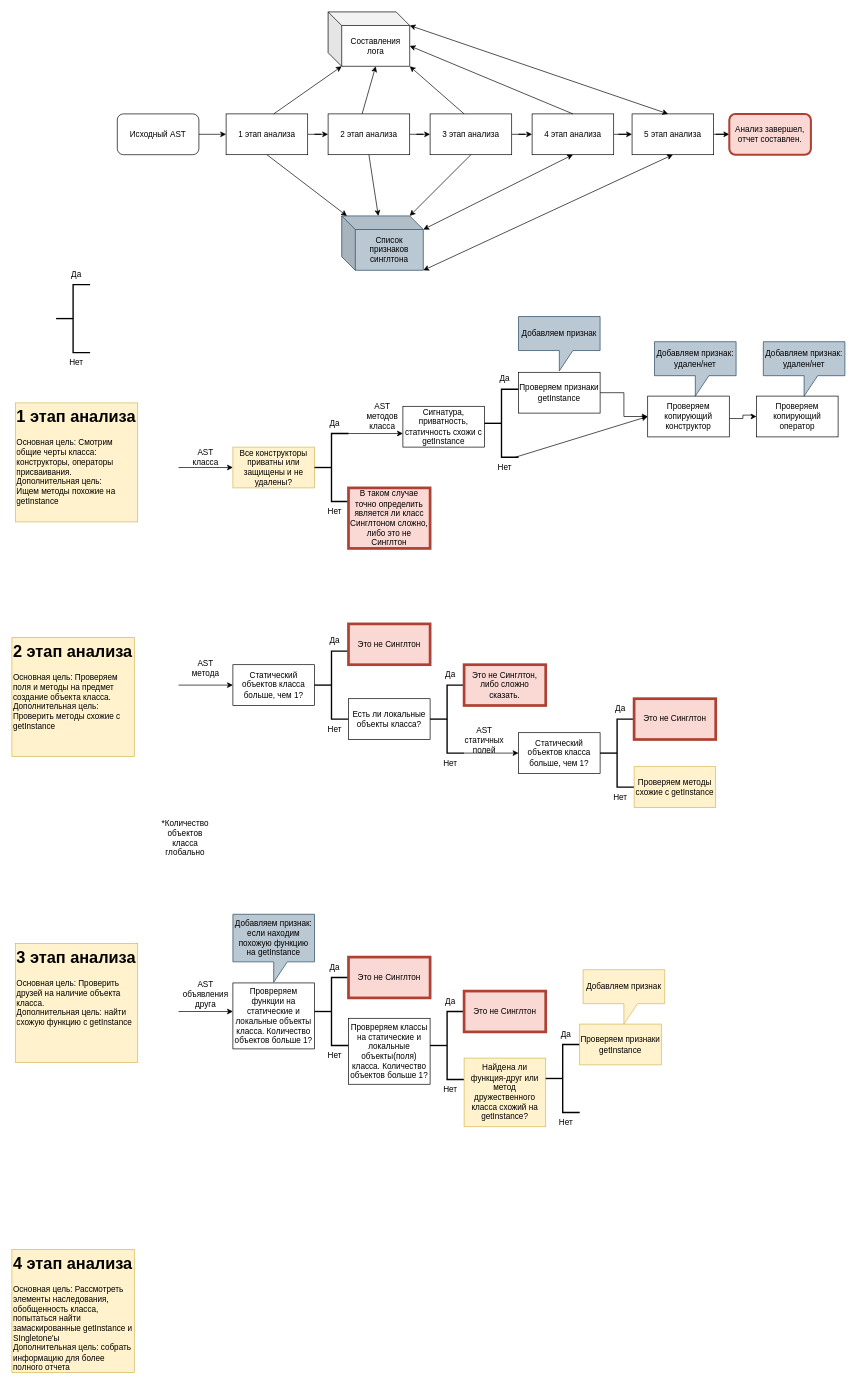
This is CheckerDiagram.drawio from eastpriSs/SingletonChecker, a draw.io file, before an edit. Source tidied: cells renumbered, new cells numbered last; positions are measured from the earlier drawing's top-left corner, leaving out a move shared by most shapes. Both pictures are drawn from the tidied source at 68%, with x=0, y=0 at pixel (12, 12).
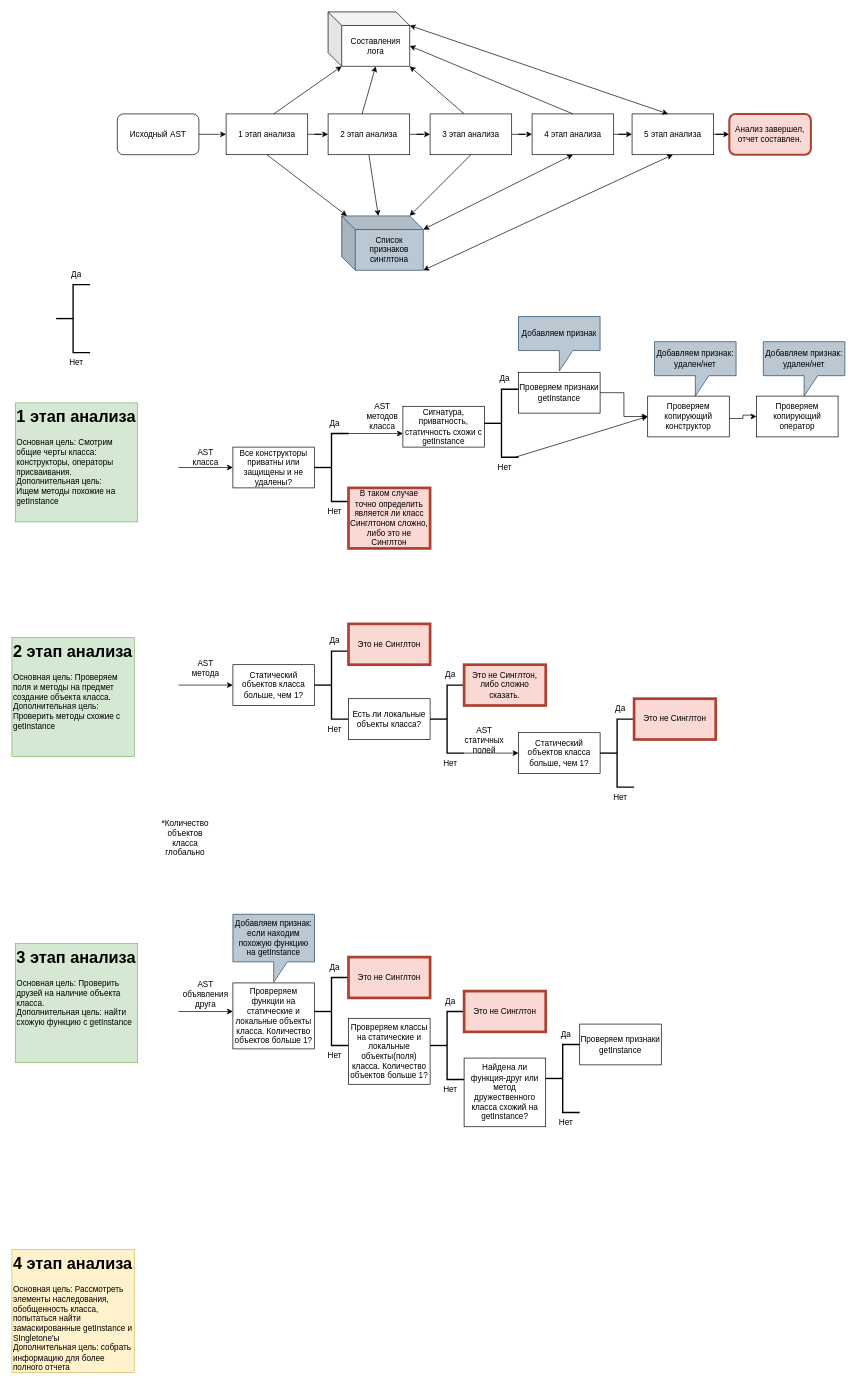
After the change.

Diff of the diagram source:
```diff
@@
-    <mxCell id="26" value="&lt;h1 style=&quot;margin-top: 0px;&quot;&gt;1 этап анализа&lt;/h1&gt;&lt;div&gt;Основная цель: Смотрим общие черты класса: конструкторы, операторы присваивания. &lt;br&gt;&lt;/div&gt;&lt;div&gt;Дополнительная цель:&lt;/div&gt;&lt;div&gt;Ищем методы похожие на getInstance&lt;/div&gt;" style="text;html=1;whiteSpace=wrap;overflow=hidden;rounded=0;fillColor=#fff2cc;strokeColor=#d6b656;" parent="1" vertex="1">
+    <mxCell id="26" value="&lt;h1 style=&quot;margin-top: 0px;&quot;&gt;1 этап анализа&lt;/h1&gt;&lt;div&gt;Основная цель: Смотрим общие черты класса: конструкторы, операторы присваивания. &lt;br&gt;&lt;/div&gt;&lt;div&gt;Дополнительная цель:&lt;/div&gt;&lt;div&gt;Ищем методы похожие на getInstance&lt;/div&gt;" style="text;html=1;whiteSpace=wrap;overflow=hidden;rounded=0;fillColor=#d5e8d4;strokeColor=#82b366;" parent="1" vertex="1">
       <mxGeometry x="5" y="575" width="180" height="175" as="geometry" />
     </mxCell>
@@
-    <mxCell id="30" value="Все конструкторы приватны или защищены и не удалены?" style="rounded=0;whiteSpace=wrap;html=1;fillColor=#fff2cc;strokeColor=#d6b656;" parent="1" vertex="1">
+    <mxCell id="30" value="Все конструкторы приватны или защищены и не удалены?" style="rounded=0;whiteSpace=wrap;html=1;" parent="1" vertex="1">
       <mxGeometry x="325" y="640" width="120" height="60" as="geometry" />
     </mxCell>
@@
-    <mxCell id="52" value="&lt;h1 style=&quot;margin-top: 0px;&quot;&gt;2 этап анализа&lt;/h1&gt;&lt;div&gt;Основная цель: Проверяем поля и методы на предмет создание объекта класса.&lt;/div&gt;&lt;div&gt;Дополнительная цель: Проверить методы схожие с getInstance&lt;/div&gt;&lt;div&gt;&lt;br&gt;&lt;/div&gt;" style="text;html=1;whiteSpace=wrap;overflow=hidden;rounded=0;fillColor=#fff2cc;strokeColor=#d6b656;" parent="1" vertex="1">
+    <mxCell id="52" value="&lt;h1 style=&quot;margin-top: 0px;&quot;&gt;2 этап анализа&lt;/h1&gt;&lt;div&gt;Основная цель: Проверяем поля и методы на предмет создание объекта класса.&lt;/div&gt;&lt;div&gt;Дополнительная цель: Проверить методы схожие с getInstance&lt;/div&gt;&lt;div&gt;&lt;br&gt;&lt;/div&gt;" style="text;html=1;whiteSpace=wrap;overflow=hidden;rounded=0;fillColor=#d5e8d4;strokeColor=#82b366;" parent="1" vertex="1">
       <mxGeometry y="920" width="180" height="175" as="geometry" />
     </mxCell>
@@
-    <mxCell id="72" value="Проверяем методы схожие с getInstance" style="rounded=0;whiteSpace=wrap;html=1;fillColor=#fff2cc;strokeColor=#d6b656;" parent="1" vertex="1">
-      <mxGeometry x="915" y="1110" width="120" height="60" as="geometry" />
-    </mxCell>
@@
-    <mxCell id="74" value="&lt;h1 style=&quot;margin-top: 0px;&quot;&gt;3 этап анализа&lt;/h1&gt;&lt;div&gt;Основная цель: Проверить друзей на наличие объекта класса.&lt;/div&gt;&lt;div&gt;Дополнительная цель: найти схожую функцию с getInstance&lt;/div&gt;&lt;div&gt;&lt;br&gt;&lt;/div&gt;" style="text;html=1;whiteSpace=wrap;overflow=hidden;rounded=0;fillColor=#fff2cc;strokeColor=#d6b656;" parent="1" vertex="1">
+    <mxCell id="74" value="&lt;h1 style=&quot;margin-top: 0px;&quot;&gt;3 этап анализа&lt;/h1&gt;&lt;div&gt;Основная цель: Проверить друзей на наличие объекта класса.&lt;/div&gt;&lt;div&gt;Дополнительная цель: найти схожую функцию с getInstance&lt;/div&gt;&lt;div&gt;&lt;br&gt;&lt;/div&gt;" style="text;html=1;whiteSpace=wrap;overflow=hidden;rounded=0;fillColor=#d5e8d4;strokeColor=#82b366;" parent="1" vertex="1">
       <mxGeometry x="5" y="1370" width="180" height="175" as="geometry" />
     </mxCell>
@@
-    <mxCell id="88" value="Найдена ли функция-друг или метод дружественного класса схожий на getInstance?" style="rounded=0;whiteSpace=wrap;html=1;fillColor=#fff2cc;strokeColor=#d6b656;" parent="1" vertex="1">
+    <mxCell id="88" value="Найдена ли функция-друг или метод дружественного класса схожий на getInstance?" style="rounded=0;whiteSpace=wrap;html=1;" parent="1" vertex="1">
       <mxGeometry x="665" y="1538.5" width="120" height="101" as="geometry" />
     </mxCell>
@@
-    <mxCell id="93" value="Проверяем признаки getInstance" style="rounded=0;whiteSpace=wrap;html=1;fillColor=#fff2cc;strokeColor=#d6b656;" parent="1" vertex="1">
+    <mxCell id="93" value="Проверяем признаки getInstance" style="rounded=0;whiteSpace=wrap;html=1;" parent="1" vertex="1">
       <mxGeometry x="835" y="1488.5" width="120" height="60" as="geometry" />
     </mxCell>
-    <mxCell id="94" value="Добавляем признак" style="shape=callout;whiteSpace=wrap;html=1;perimeter=calloutPerimeter;fillColor=#fff2cc;strokeColor=#d6b656;" parent="1" vertex="1">
-      <mxGeometry x="840" y="1408.5" width="120" height="80" as="geometry" />
-    </mxCell>
```
